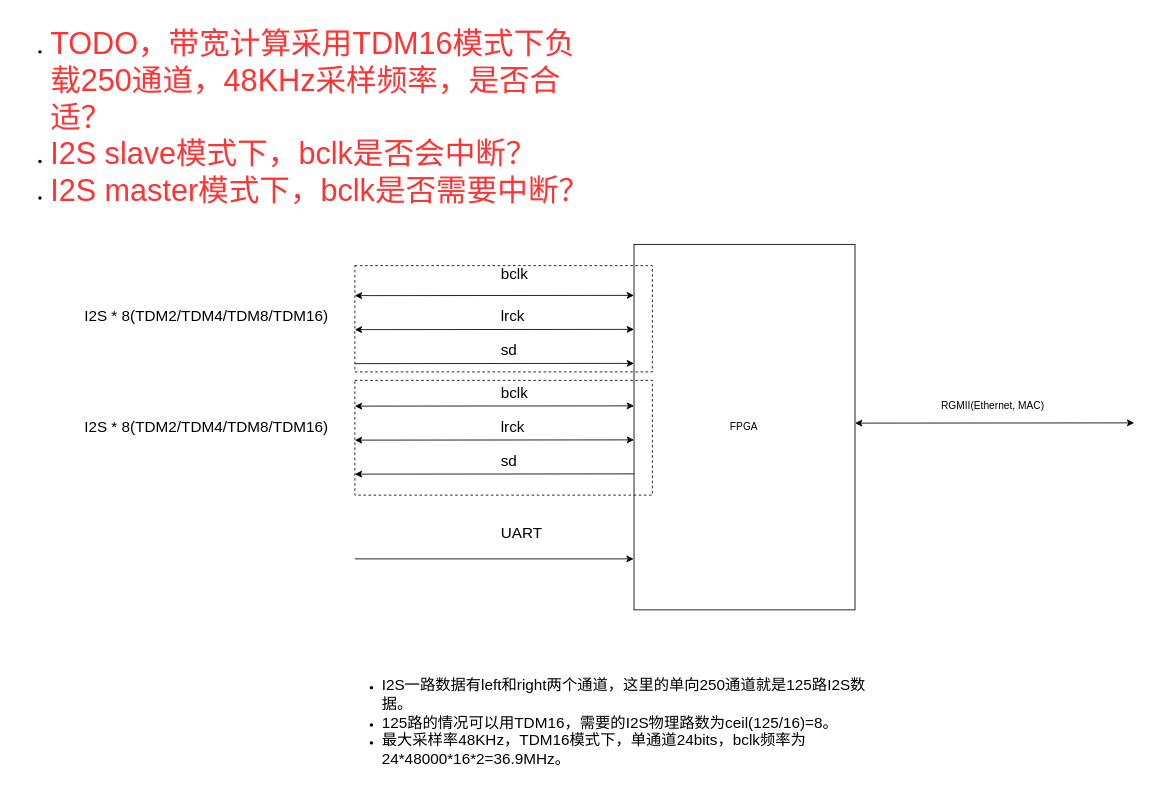
Before: page "FPGA方案" (2 of 4) of Audio-Ethernet.drawio in gdhzyz/draws, a draw.io diagram. Source tidied: cells renumbered, new cells numbered last; positions are measured from the earlier drawing's top-left corner, leaving out a move shared by most shapes. Both pictures are drawn from the tidied source at 85%, with x=0, y=0 at pixel (14, 104).
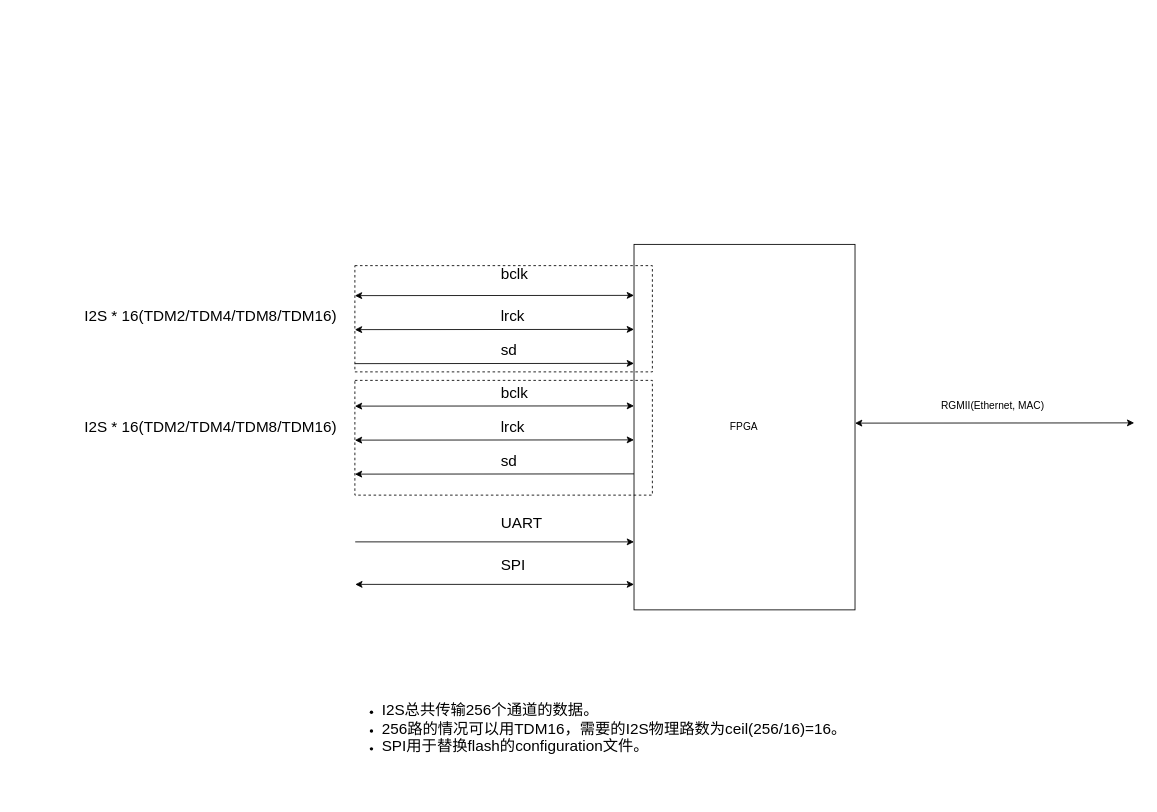
Above is the later version.

Change to the diagram source:
```diff
@@
-    <mxCell id="3" value="&lt;ul&gt;&lt;li&gt;&lt;font style=&quot;font-size: 18px;&quot;&gt;I2S一路数据有left和right两个通道，这里的单向250通道就是125路I2S数据。&lt;/font&gt;&lt;/li&gt;&lt;li&gt;&lt;span style=&quot;font-size: 18px;&quot;&gt;125路的情况可以用TDM16，需要的I2S物理路数为ceil(125/16)=8。&lt;/span&gt;&lt;/li&gt;&lt;li&gt;&lt;span style=&quot;font-size: 18px;&quot;&gt;最大采样率48KHz，TDM16模式下，单通道24bits，bclk频率为24*48000*16*2=36.9MHz。&lt;/span&gt;&lt;/li&gt;&lt;/ul&gt;&lt;div&gt;&lt;br&gt;&lt;/div&gt;" style="text;strokeColor=none;align=left;fillColor=none;html=1;verticalAlign=middle;whiteSpace=wrap;rounded=0;imageAspect=1;imageAlign=left;" parent="1" vertex="1">
+    <mxCell id="3" value="&lt;ul&gt;&lt;li&gt;&lt;font style=&quot;font-size: 18px;&quot;&gt;I2S总共传输256个通道的数据。&lt;/font&gt;&lt;/li&gt;&lt;li&gt;&lt;span style=&quot;font-size: 18px;&quot;&gt;256路的情况可以用TDM16，需要的I2S物理路数为ceil(256/16)=16。&lt;/span&gt;&lt;/li&gt;&lt;li&gt;&lt;span style=&quot;font-size: 18px;&quot;&gt;SPI用于替换flash的configuration文件。&lt;/span&gt;&lt;/li&gt;&lt;/ul&gt;" style="text;strokeColor=none;align=left;fillColor=none;html=1;verticalAlign=middle;whiteSpace=wrap;rounded=0;imageAspect=1;imageAlign=left;" parent="1" vertex="1">
       <mxGeometry x="390" y="655" width="640" height="160" as="geometry" />
     </mxCell>
-    <mxCell id="4" value="&lt;ul&gt;&lt;li&gt;&lt;font style=&quot;font-size: 36px;&quot; color=&quot;#ff3333&quot;&gt;TODO，带宽计算采用TDM16模式下负载250通道，48KHz采样频率，是否合适？&lt;/font&gt;&lt;/li&gt;&lt;li&gt;&lt;font style=&quot;font-size: 36px;&quot; color=&quot;#ff3333&quot;&gt;I2S slave模式下，bclk是否会中断？&lt;/font&gt;&lt;/li&gt;&lt;li&gt;&lt;font style=&quot;font-size: 36px;&quot; color=&quot;#ff3333&quot;&gt;I2S master模式下，bclk是否需要中断？&lt;/font&gt;&lt;/li&gt;&lt;/ul&gt;" style="text;strokeColor=none;align=left;fillColor=none;html=1;verticalAlign=middle;whiteSpace=wrap;rounded=0;" parent="1" vertex="1">
-      <mxGeometry width="680" height="30" as="geometry" />
-    </mxCell>
@@
-    <mxCell id="6" value="&lt;span style=&quot;font-size: 18px; background-color: initial;&quot;&gt;I2S * 8(TDM2/TDM4/TDM8/TDM16)&lt;/span&gt;" style="text;strokeColor=none;align=left;fillColor=none;html=1;verticalAlign=middle;whiteSpace=wrap;rounded=0;imageAspect=1;imageAlign=left;" parent="1" vertex="1">
+    <mxCell id="6" value="&lt;span style=&quot;font-size: 18px; background-color: initial;&quot;&gt;I2S * 16(TDM2/TDM4/TDM8/TDM16)&lt;/span&gt;" style="text;strokeColor=none;align=left;fillColor=none;html=1;verticalAlign=middle;whiteSpace=wrap;rounded=0;imageAspect=1;imageAlign=left;" parent="1" vertex="1">
       <mxGeometry x="80" y="200" width="340" height="100" as="geometry" />
     </mxCell>
@@
     <mxCell id="9" style="endArrow=classic;html=1;rounded=0;entryX=-0.006;entryY=0.511;entryDx=0;entryDy=0;entryPerimeter=0;" parent="1" edge="1">
       <mxGeometry relative="1" as="geometry">
-        <mxPoint x="400" y="535" as="sourcePoint" />
-        <mxPoint x="728" y="535" as="targetPoint" />
+        <mxPoint x="400.4" y="515" as="sourcePoint" />
+        <mxPoint x="728.4" y="515" as="targetPoint" />
       </mxGeometry>
     </mxCell>
     <mxCell id="10" value="&lt;span style=&quot;font-size: 18px; background-color: initial;&quot;&gt;UART&lt;/span&gt;" style="text;strokeColor=none;align=left;fillColor=none;html=1;verticalAlign=middle;whiteSpace=wrap;rounded=0;imageAspect=1;imageAlign=left;" parent="1" vertex="1">
-      <mxGeometry x="570" y="485" width="60" height="40" as="geometry" />
+      <mxGeometry x="570.4" y="473" width="60" height="40" as="geometry" />
     </mxCell>
@@
-    <mxCell id="17" value="&lt;span style=&quot;font-size: 18px; background-color: initial;&quot;&gt;I2S * 8(TDM2/TDM4/TDM8/TDM16)&lt;/span&gt;" style="text;strokeColor=none;align=left;fillColor=none;html=1;verticalAlign=middle;whiteSpace=wrap;rounded=0;imageAspect=1;imageAlign=left;" parent="1" vertex="1">
+    <mxCell id="17" value="&lt;span style=&quot;font-size: 18px; background-color: initial;&quot;&gt;I2S * 16(TDM2/TDM4/TDM8/TDM16)&lt;/span&gt;" style="text;strokeColor=none;align=left;fillColor=none;html=1;verticalAlign=middle;whiteSpace=wrap;rounded=0;imageAspect=1;imageAlign=left;" parent="1" vertex="1">
       <mxGeometry x="80" y="330" width="340" height="100" as="geometry" />
     </mxCell>
@@
+    <mxCell id="25" style="endArrow=classic;html=1;rounded=0;entryX=-0.006;entryY=0.511;entryDx=0;entryDy=0;entryPerimeter=0;startArrow=classic;startFill=1;" parent="1" edge="1">
+      <mxGeometry relative="1" as="geometry">
+        <mxPoint x="400.4" y="565" as="sourcePoint" />
+        <mxPoint x="728.4" y="565" as="targetPoint" />
+      </mxGeometry>
+    </mxCell>
+    <mxCell id="26" value="&lt;span style=&quot;font-size: 18px; background-color: initial;&quot;&gt;SPI&lt;/span&gt;" style="text;strokeColor=none;align=left;fillColor=none;html=1;verticalAlign=middle;whiteSpace=wrap;rounded=0;imageAspect=1;imageAlign=left;" parent="1" vertex="1">
+      <mxGeometry x="570.4" y="523" width="60" height="40" as="geometry" />
+    </mxCell>
```
